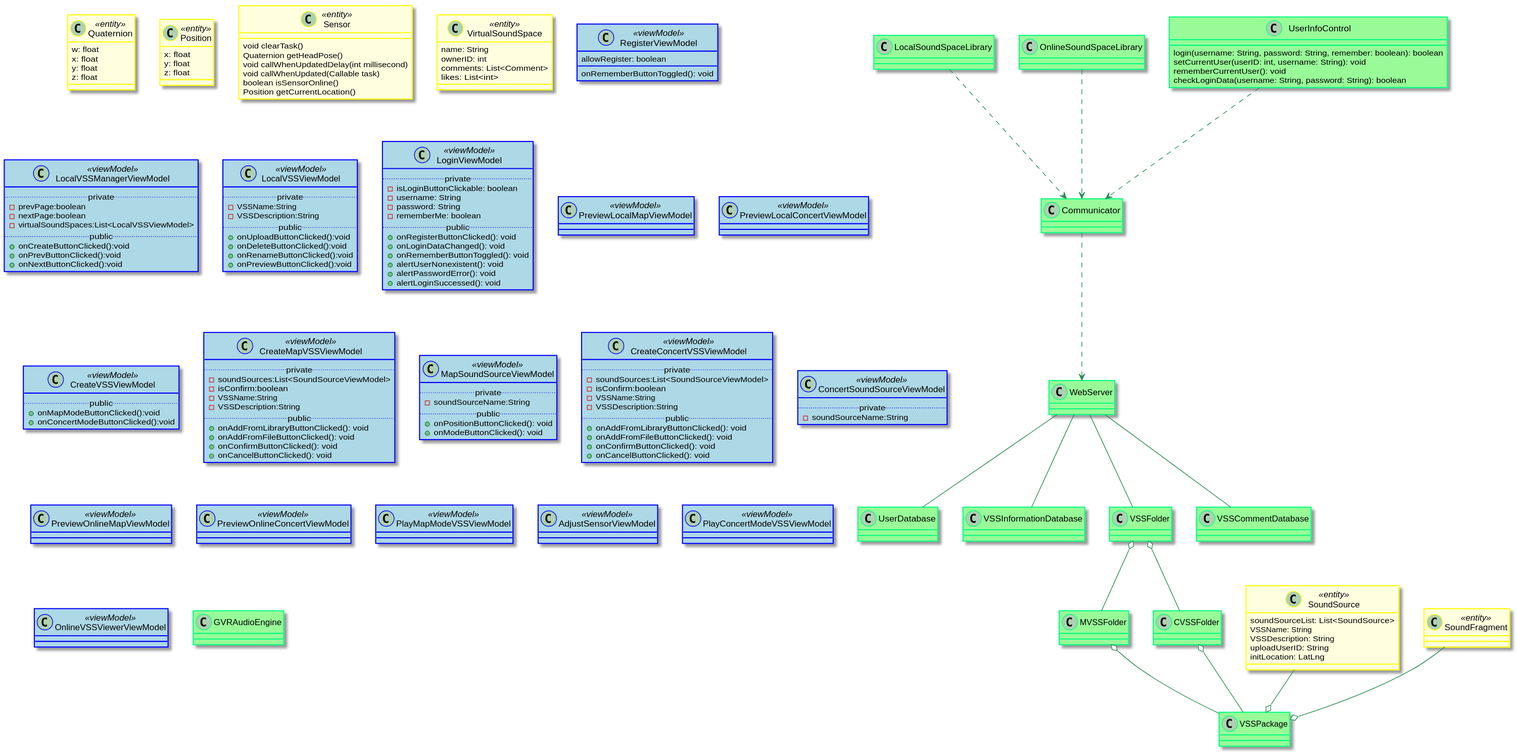
kpp19920121/doc keeps this PlantUML diagram as 设计/Diagrams/ClassDiagram.svg. Above is the earlier version.
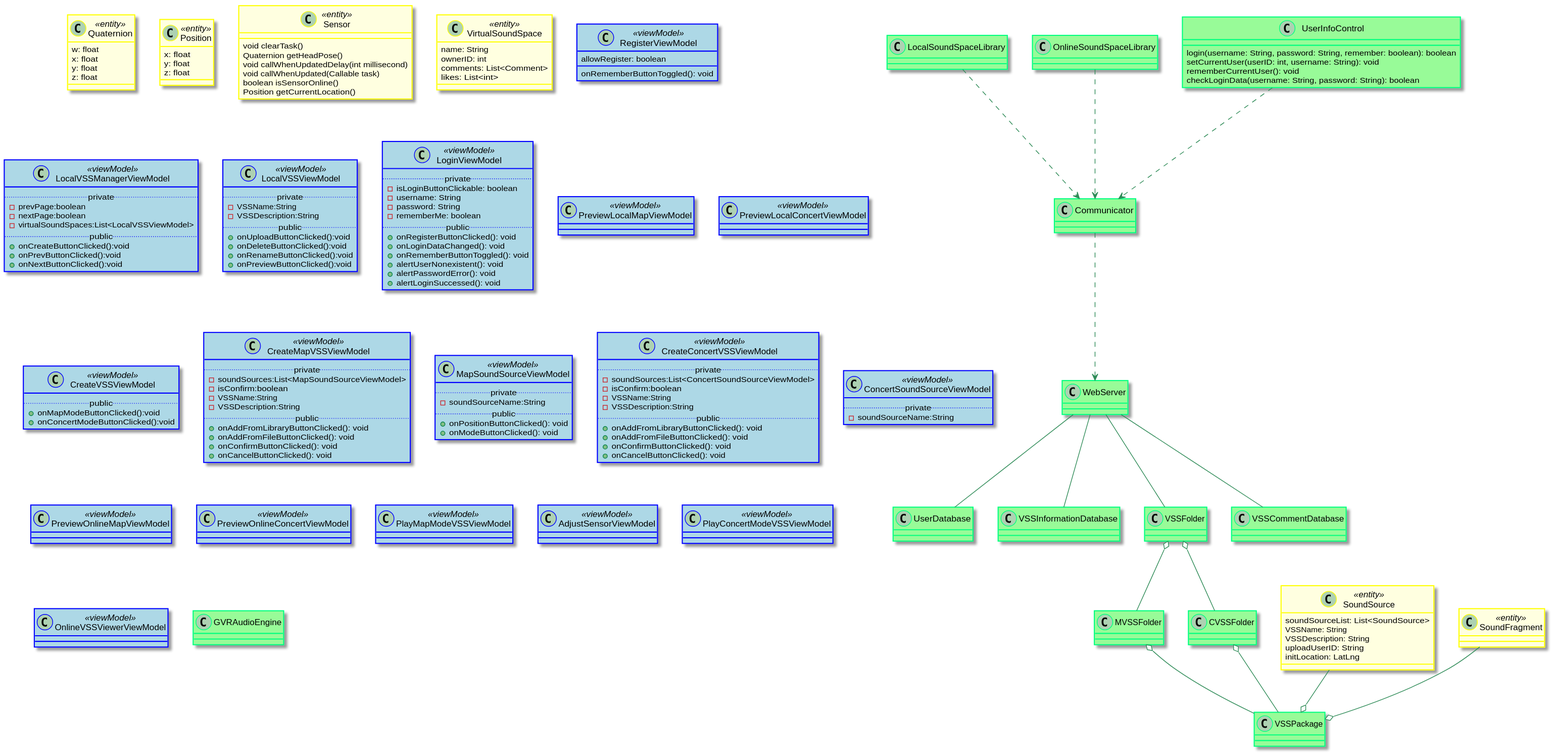
Later version of the same file.

Commit message:
Finish Map/ConcertSoundSourceViewModel

What changed in the source:
```diff
@@ -109,7 +109,7 @@
 }
 class CreateMapVSSViewModel <<viewModel>> {
   ..private..
-  -soundSources:List<SoundSourceViewModel>
+  -soundSources:List<MapSoundSourceViewModel>
   -isConfirm:boolean
   -VSSName:String
   -VSSDescription:String
@@ -128,7 +128,7 @@
 }
 class CreateConcertVSSViewModel <<viewModel>> {
   ..private..
-  -soundSources:List<SoundSourceViewModel>
+  -soundSources:List<ConcertSoundSourceViewModel>
   -isConfirm:boolean
   -VSSName:String
   -VSSDescription:String
```
